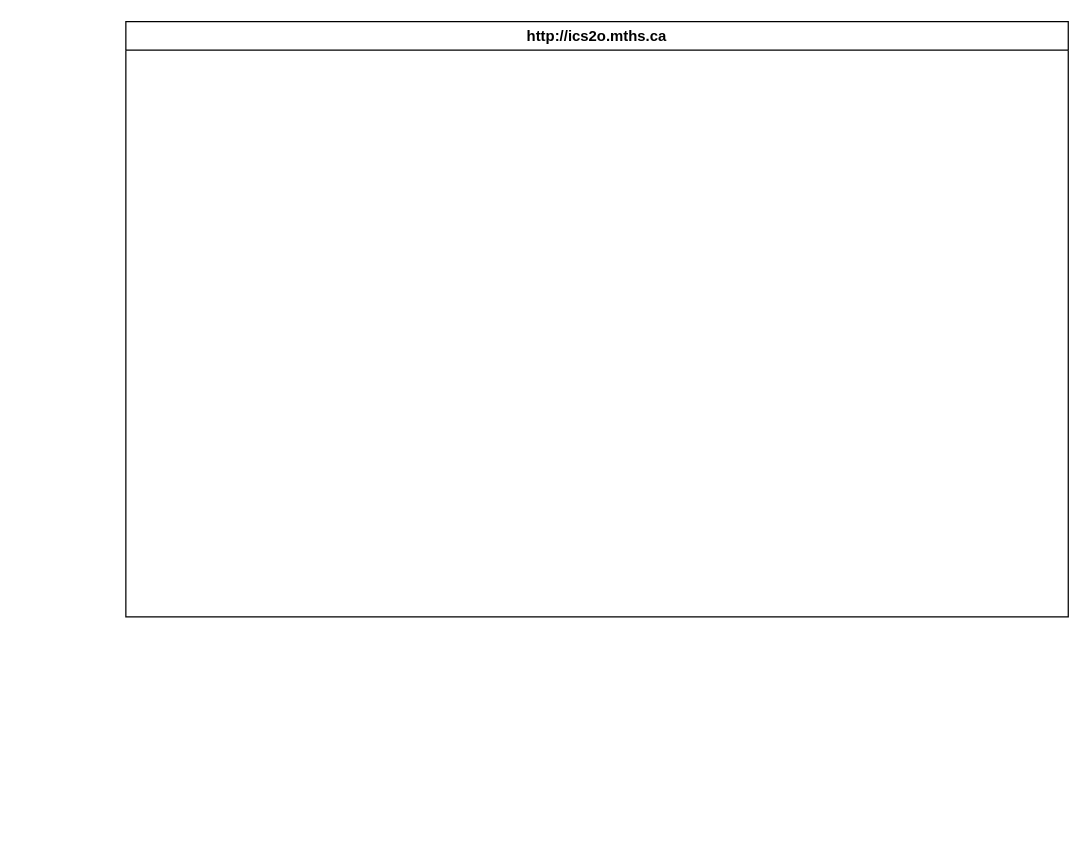
This is design/storyboard.drawio from MTHS-ICD2O-1-2023/ICD2O-Unit-5-02-pablo-fiallos-granados, a draw.io file, before an edit. Source tidied: cells renumbered, new cells numbered last; positions are measured from the earlier drawing's top-left corner, leaving out a move shared by most shapes. Both pictures are drawn from the tidied source at 124%, with x=0, y=0 at pixel (125, 21). Pictures stored in the file or linked from it are replaced by grey dashed boxes.
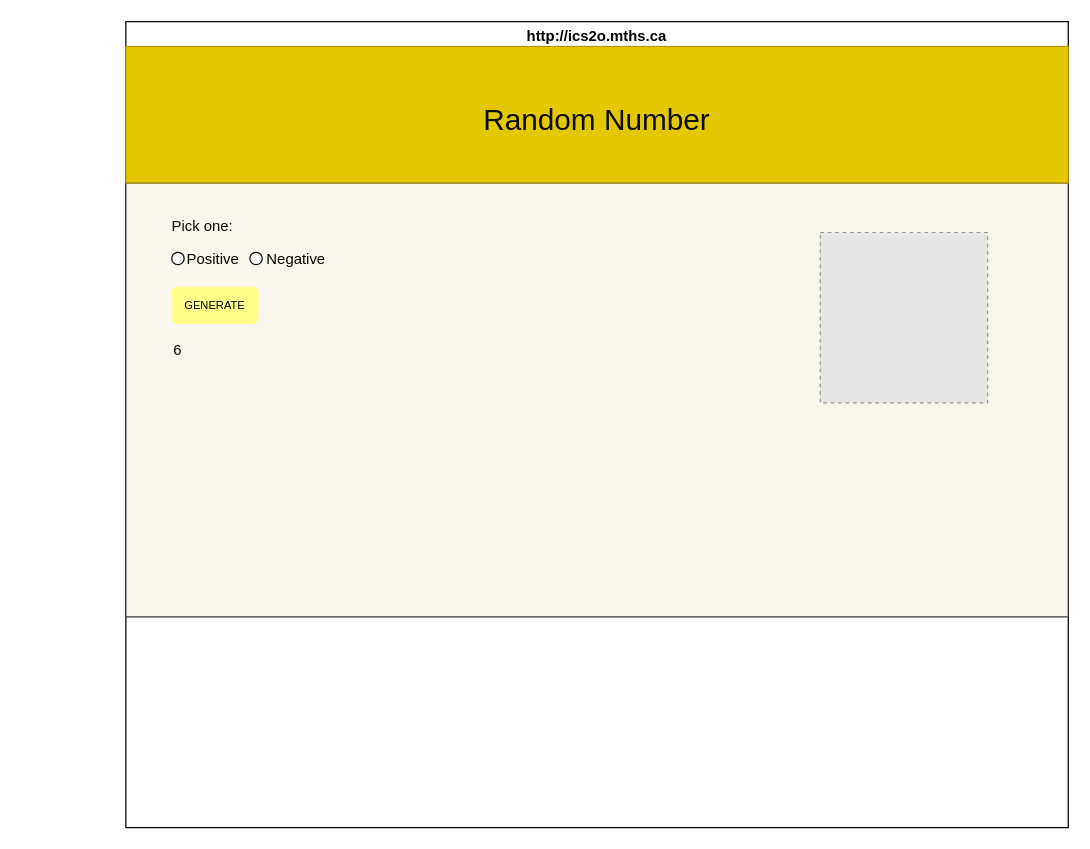
The same page after the edit.

Change to the diagram source:
```diff
@@
 <mxGraphModel>
   <root>
     <mxCell id="0" />
     <mxCell id="1" parent="0" />
     <mxCell id="2" value="http://ics2o.mths.ca" style="swimlane;whiteSpace=wrap;html=1;" parent="1" vertex="1">
-      <mxGeometry width="760" height="480" as="geometry" />
+      <mxGeometry width="760" height="650" as="geometry" />
     </mxCell>
+    <mxCell id="3" style="rounded=0;whiteSpace=wrap;html=1;fillColor=#f9f7ed;strokeColor=#36393d;fontSize=9;" parent="2" vertex="1">
+      <mxGeometry y="130" width="760" height="350" as="geometry" />
+    </mxCell>
+    <mxCell id="4" value="Pick one:" style="text;html=1;strokeColor=none;fillColor=none;align=center;verticalAlign=middle;whiteSpace=wrap;rounded=0;fontColor=#0D0D0D;" parent="2" vertex="1">
+      <mxGeometry x="-13" y="150" width="150" height="30" as="geometry" />
+    </mxCell>
+    <mxCell id="5" style="whiteSpace=wrap;html=1;fillColor=#e3c800;fontColor=#000000;strokeColor=#B09500;" parent="2" vertex="1">
+      <mxGeometry y="20" width="760" height="110" as="geometry" />
+    </mxCell>
+    <mxCell id="6" value="GENERATE" style="rounded=1;whiteSpace=wrap;html=1;fillColor=#ffff88;strokeColor=none;fontSize=9;" parent="2" vertex="1">
+      <mxGeometry x="37" y="213.7" width="70" height="30" as="geometry" />
+    </mxCell>
+    <mxCell id="7" value="6" style="text;html=1;strokeColor=none;fillColor=none;align=center;verticalAlign=middle;whiteSpace=wrap;rounded=0;fontColor=#0D0D0D;" parent="2" vertex="1">
+      <mxGeometry x="-84" y="250" width="252" height="30" as="geometry" />
+    </mxCell>
+    <mxCell id="8" style="fillColor=#E6E6E6;strokeColor=#999999;dashed=1;verticalLabelPosition=bottom;labelBackgroundColor=default;verticalAlign=top;" parent="2" vertex="1">
+      <mxGeometry x="560" y="170" width="135" height="137.4" as="geometry" />
+    </mxCell>
+    <mxCell id="9" style="ellipse;whiteSpace=wrap;html=1;" parent="2" vertex="1">
+      <mxGeometry x="37" y="186" width="10" height="10" as="geometry" />
+    </mxCell>
+    <mxCell id="10" value="Positive" style="text;html=1;align=center;verticalAlign=middle;strokeColor=none;fillColor=none;" parent="2" vertex="1">
+      <mxGeometry x="35" y="177" width="70" height="30" as="geometry" />
+    </mxCell>
+    <mxCell id="11" value="&lt;h1&gt;&lt;font color=&quot;#0d0d0d&quot;&gt;&lt;span style=&quot;font-weight: 400;&quot;&gt;Random Number&lt;/span&gt;&lt;/font&gt;&lt;/h1&gt;" style="text;html=1;strokeColor=none;fillColor=none;align=center;verticalAlign=middle;whiteSpace=wrap;rounded=0;" parent="1" vertex="1">
+      <mxGeometry x="160" y="20" width="440" height="120" as="geometry" />
+    </mxCell>
+    <mxCell id="12" style="ellipse;whiteSpace=wrap;html=1;" parent="1" vertex="1">
+      <mxGeometry x="100" y="186" width="10" height="10" as="geometry" />
+    </mxCell>
+    <mxCell id="13" value="Negative" style="text;html=1;align=center;verticalAlign=middle;strokeColor=none;fillColor=none;" parent="1" vertex="1">
+      <mxGeometry x="102" y="177" width="70" height="30" as="geometry" />
+    </mxCell>
   </root>
 </mxGraphModel>
```
